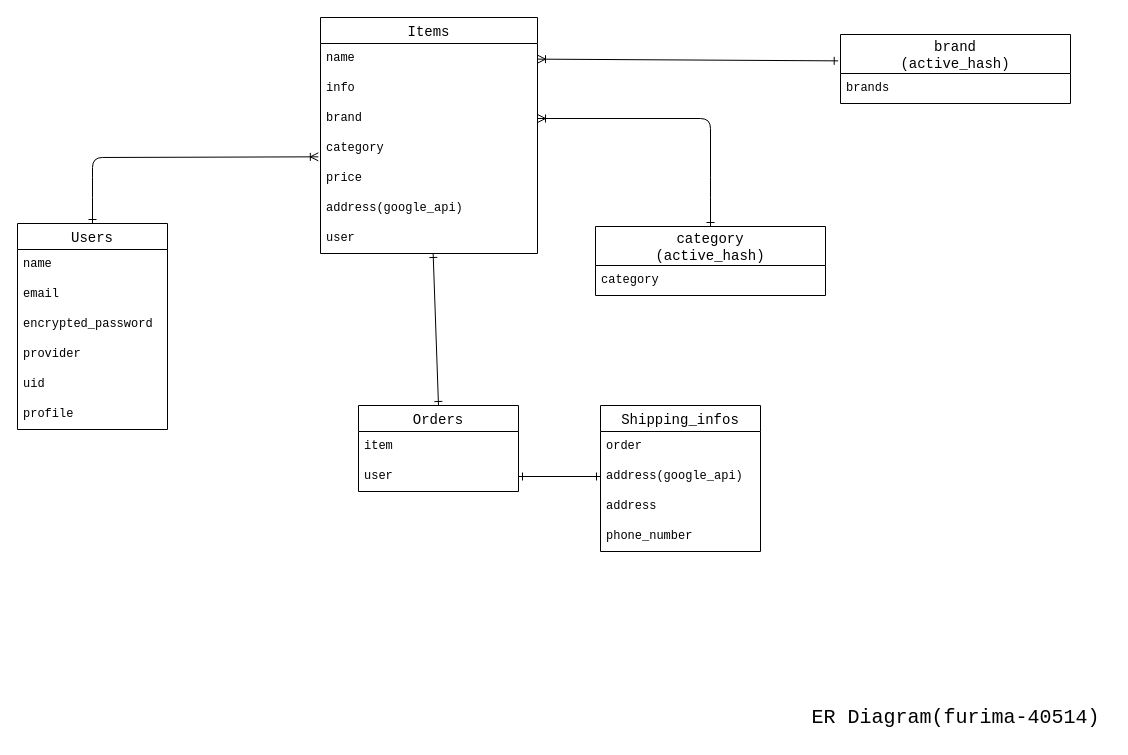
Before: tables.dio in jin5211/campshare, a draw.io diagram. Source tidied: cells renumbered, new cells numbered last; positions are measured from the earlier drawing's top-left corner, leaving out a move shared by most shapes. Both pictures are drawn from the tidied source at 100%, with x=0, y=0 at pixel (17, 17).
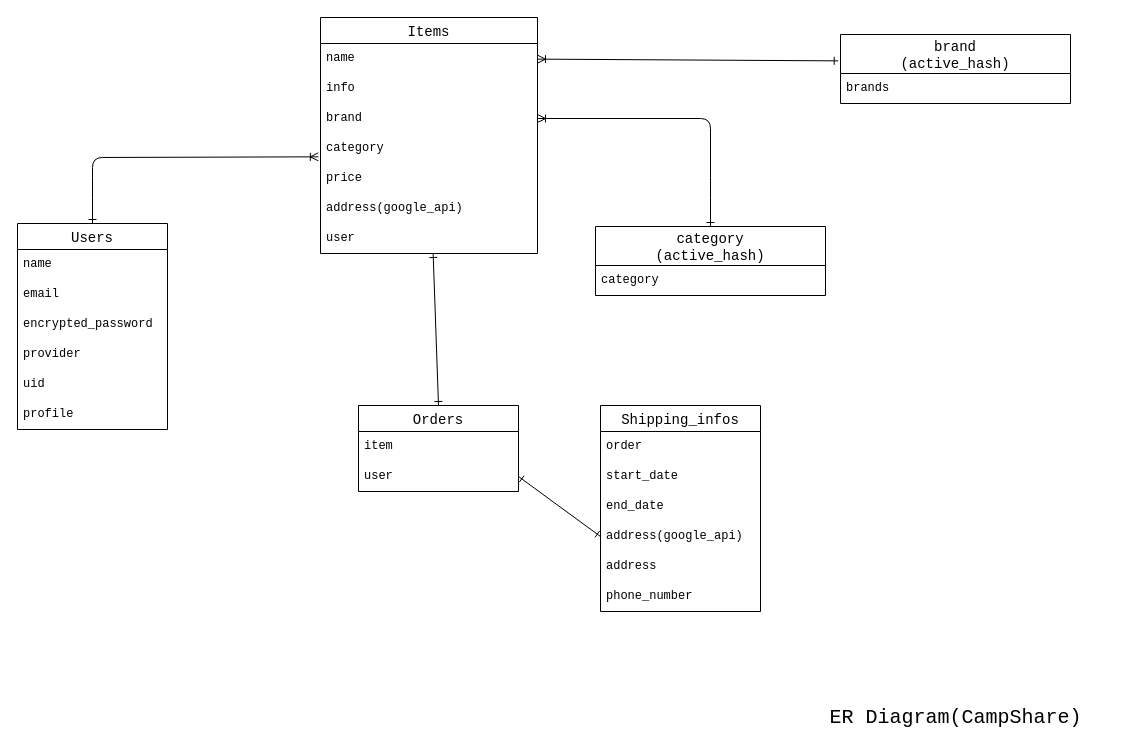
Above is the later version.

Change to the diagram source:
```diff
@@
     <mxCell id="15" value="Shipping_infos" style="swimlane;fontStyle=0;horizontal=1;startSize=26;align=center;fontSize=14;fontFamily=Courier New;" parent="1" vertex="1">
-      <mxGeometry x="583" y="388" width="160" height="146" as="geometry" />
+      <mxGeometry x="583" y="388" width="160" height="206" as="geometry" />
     </mxCell>
@@
+    <mxCell id="37" value="start_date" style="text;strokeColor=none;fillColor=none;spacingLeft=4;spacingRight=4;overflow=hidden;fontSize=12;fontFamily=Courier New;" parent="15" vertex="1">
+      <mxGeometry y="56" width="160" height="30" as="geometry" />
+    </mxCell>
+    <mxCell id="38" value="end_date" style="text;strokeColor=none;fillColor=none;spacingLeft=4;spacingRight=4;overflow=hidden;fontSize=12;fontFamily=Courier New;" parent="15" vertex="1">
+      <mxGeometry y="86" width="160" height="30" as="geometry" />
+    </mxCell>
     <mxCell id="17" value="address(google_api)" style="text;strokeColor=none;fillColor=none;spacingLeft=4;spacingRight=4;overflow=hidden;points=[[0,0.5],[1,0.5]];portConstraint=eastwest;fontSize=12;fontFamily=Courier New;" parent="15" vertex="1">
-      <mxGeometry y="56" width="160" height="30" as="geometry" />
+      <mxGeometry y="116" width="160" height="30" as="geometry" />
     </mxCell>
     <mxCell id="18" value="address&#10;" style="text;strokeColor=none;fillColor=none;spacingLeft=4;spacingRight=4;overflow=hidden;fontSize=12;fontFamily=Courier New;" parent="15" vertex="1">
-      <mxGeometry y="86" width="160" height="30" as="geometry" />
+      <mxGeometry y="146" width="160" height="30" as="geometry" />
     </mxCell>
     <mxCell id="19" value="phone_number" style="text;strokeColor=none;fillColor=none;spacingLeft=4;spacingRight=4;overflow=hidden;fontSize=12;fontFamily=Courier New;" parent="15" vertex="1">
-      <mxGeometry y="116" width="160" height="30" as="geometry" />
+      <mxGeometry y="176" width="160" height="30" as="geometry" />
     </mxCell>
@@
-    <mxCell id="29" value="ER Diagram(furima-40514)" style="text;html=1;align=center;verticalAlign=middle;strokeColor=none;fillColor=none;fontFamily=Courier New;fontSize=20;" parent="1" vertex="1">
-      <mxGeometry x="783" y="680" width="310" height="40" as="geometry" />
+    <mxCell id="29" value="ER Diagram(CampShare)" style="text;html=1;align=center;verticalAlign=middle;strokeColor=none;fillColor=none;fontFamily=Courier New;fontSize=20;" parent="1" vertex="1">
+      <mxGeometry x="803" y="682" width="270" height="36" as="geometry" />
     </mxCell>
```
